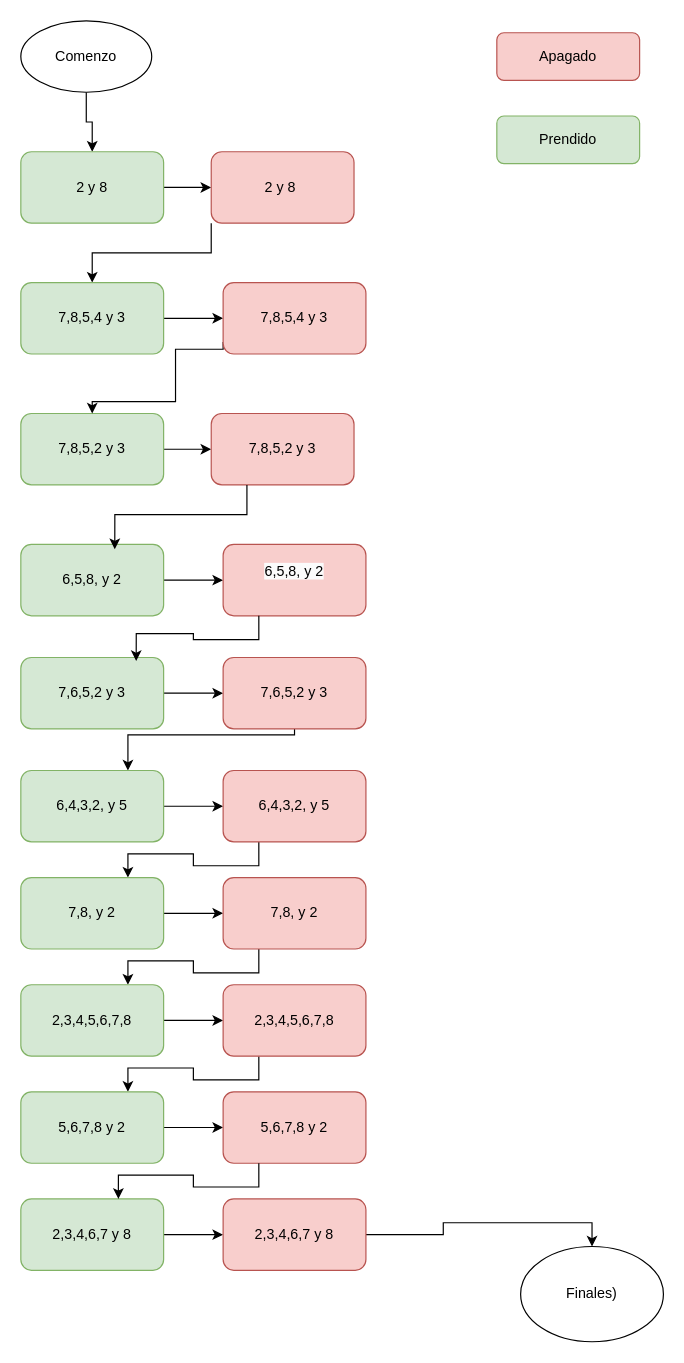
Before: Diagrama sin título.drawio in ebruschi/Abi, a draw.io diagram. Source tidied: cells renumbered, new cells numbered last; positions are measured from the earlier drawing's top-left corner, leaving out a move shared by most shapes. Both pictures are drawn from the tidied source at 119%, with x=0, y=0 at pixel (20, 20).
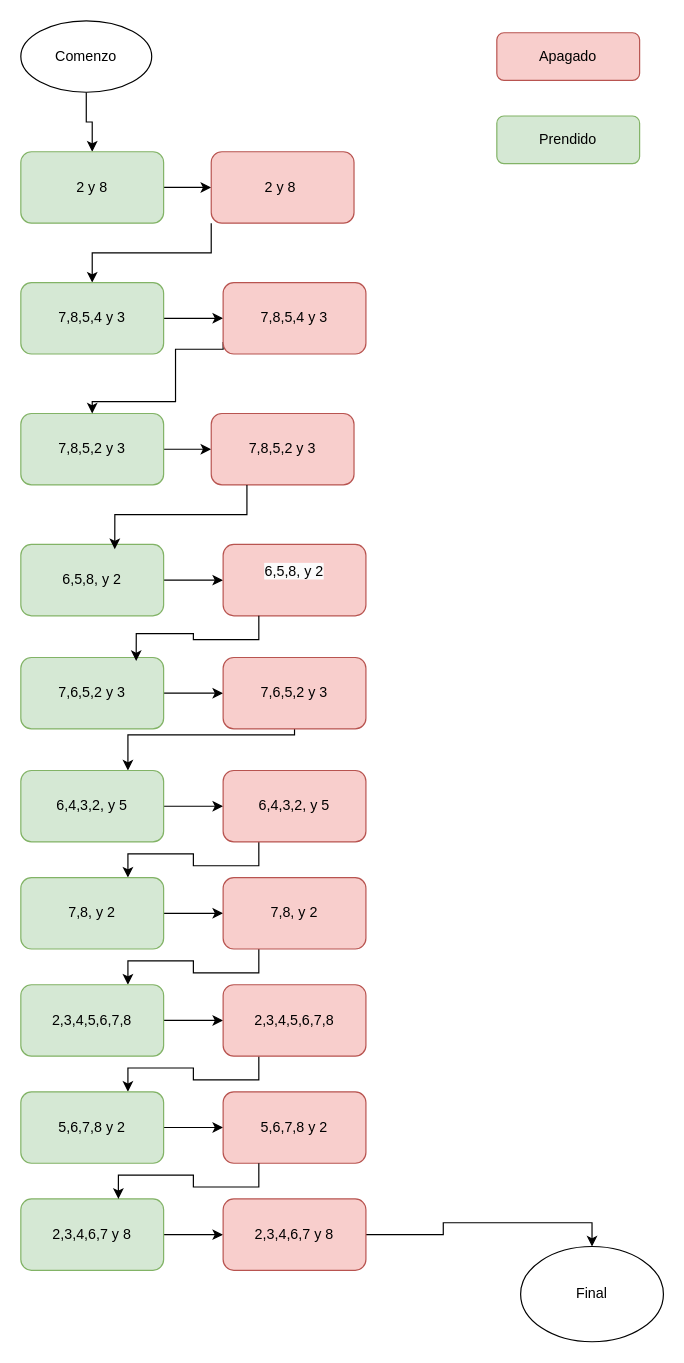
Above is the later version.

What changed in the source:
```diff
@@
-    <mxCell id="44" value="Finales)" style="ellipse;whiteSpace=wrap;html=1;" parent="1" vertex="1">
+    <mxCell id="44" value="Final" style="ellipse;whiteSpace=wrap;html=1;" parent="1" vertex="1">
       <mxGeometry x="420" y="1030" width="120" height="80" as="geometry" />
     </mxCell>
```
